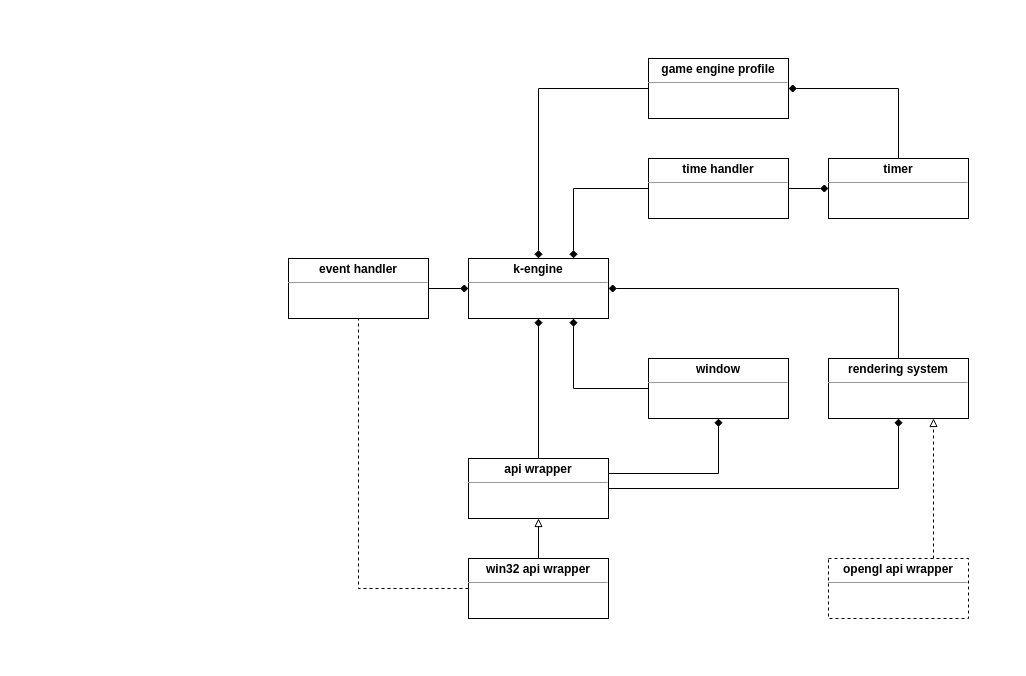
Earlier version of the draw.io diagram _docs/k-engine-classes.drawio (Keshizin/k-engine). Source tidied: cells renumbered, new cells numbered last; positions are measured from the earlier drawing's top-left corner, leaving out a move shared by most shapes. Both pictures are drawn from the tidied source at 100%, with x=0, y=0 at pixel (288, 58).
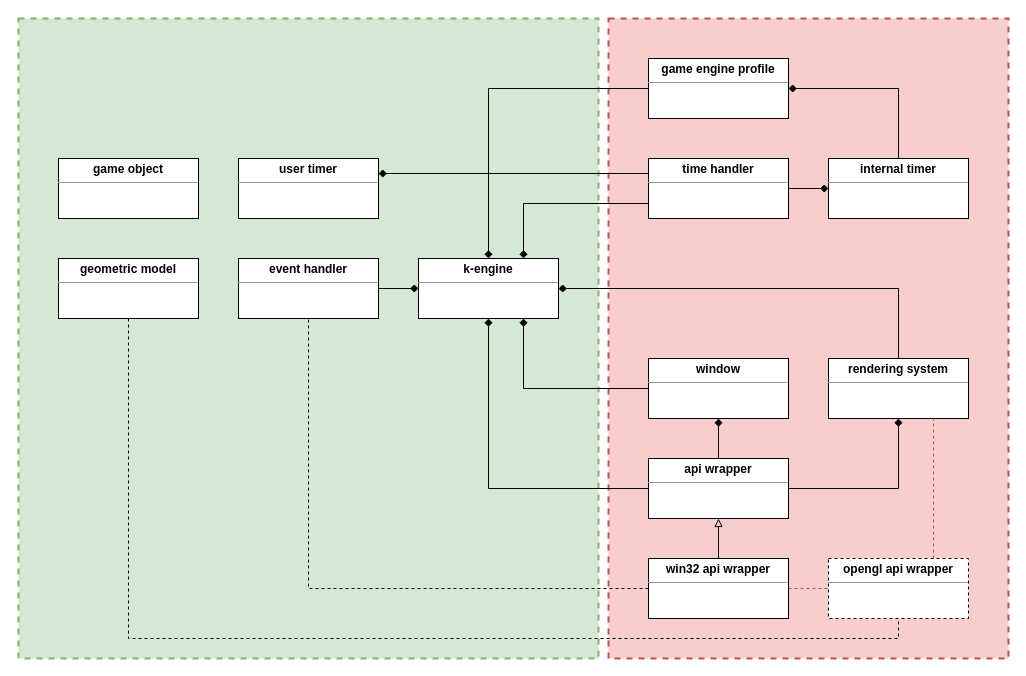
The same page after the edit.

Commit message:
Including GEModel and GEObject classes to UML Diagram Class

Unchanged cells that the change refers to:
```xml
<mxCell id="4" value="&lt;p style=&quot;margin: 0px ; margin-top: 4px ; text-align: center&quot;&gt;&lt;b&gt;window&lt;/b&gt;&lt;/p&gt;&lt;hr size=&quot;1&quot;&gt;&lt;div style=&quot;height: 2px&quot;&gt;&lt;/div&gt;" style="verticalAlign=top;align=left;overflow=fill;fontSize=12;fontFamily=Helvetica;html=1;" parent="1" vertex="1">
  <mxGeometry x="360" y="300" width="140" height="60" as="geometry" />
</mxCell>
<mxCell id="15" value="&lt;p style=&quot;margin: 0px ; margin-top: 4px ; text-align: center&quot;&gt;&lt;b&gt;rendering system&lt;/b&gt;&lt;/p&gt;&lt;hr size=&quot;1&quot;&gt;&lt;div style=&quot;height: 2px&quot;&gt;&lt;/div&gt;" style="verticalAlign=top;align=left;overflow=fill;fontSize=12;fontFamily=Helvetica;html=1;" parent="1" vertex="1">
  <mxGeometry x="540" y="300" width="140" height="60" as="geometry" />
</mxCell>
<mxCell id="18" value="&lt;p style=&quot;margin: 0px ; margin-top: 4px ; text-align: center&quot;&gt;&lt;b&gt;time handler&lt;/b&gt;&lt;/p&gt;&lt;hr size=&quot;1&quot;&gt;&lt;div style=&quot;height: 2px&quot;&gt;&lt;/div&gt;" style="verticalAlign=top;align=left;overflow=fill;fontSize=12;fontFamily=Helvetica;html=1;" parent="1" vertex="1">
  <mxGeometry x="360" y="100" width="140" height="60" as="geometry" />
</mxCell>
<mxCell id="24" value="&lt;p style=&quot;margin: 0px ; margin-top: 4px ; text-align: center&quot;&gt;&lt;b&gt;opengl api wrapper&lt;/b&gt;&lt;/p&gt;&lt;hr size=&quot;1&quot;&gt;&lt;div style=&quot;height: 2px&quot;&gt;&lt;/div&gt;" style="verticalAlign=top;align=left;overflow=fill;fontSize=12;fontFamily=Helvetica;html=1;dashed=1;" parent="1" vertex="1">
  <mxGeometry x="540" y="500" width="140" height="60" as="geometry" />
</mxCell>
```

Diff of the diagram source:
```diff
@@
+    <mxCell id="25" style="rounded=0;whiteSpace=wrap;html=1;dashed=1;strokeColor=#82b366;strokeWidth=2;fillColor=#d5e8d4;" parent="1" vertex="1">
+      <mxGeometry x="-270" y="-40" width="580" height="640" as="geometry" />
+    </mxCell>
+    <mxCell id="26" style="rounded=0;whiteSpace=wrap;html=1;dashed=1;strokeColor=#b85450;strokeWidth=2;fillColor=#f8cecc;" parent="1" vertex="1">
+      <mxGeometry x="320" y="-40" width="400" height="640" as="geometry" />
+    </mxCell>
     <mxCell id="2" value="&lt;p style=&quot;margin: 0px ; margin-top: 4px ; text-align: center&quot;&gt;&lt;b&gt;k-engine&lt;/b&gt;&lt;/p&gt;&lt;hr size=&quot;1&quot;&gt;&lt;div style=&quot;height: 2px&quot;&gt;&lt;/div&gt;" style="verticalAlign=top;align=left;overflow=fill;fontSize=12;fontFamily=Helvetica;html=1;" parent="1" vertex="1">
-      <mxGeometry x="180" y="200" width="140" height="60" as="geometry" />
+      <mxGeometry x="130" y="200" width="140" height="60" as="geometry" />
     </mxCell>
@@
-    <mxCell id="5" style="edgeStyle=orthogonalEdgeStyle;rounded=0;jettySize=auto;html=1;endArrow=diamond;endFill=1;exitX=1;exitY=0.25;exitDx=0;exitDy=0;" parent="1" edge="1" source="8" target="4">
+    <mxCell id="5" style="edgeStyle=orthogonalEdgeStyle;rounded=0;jettySize=auto;html=1;endArrow=diamond;endFill=1;exitX=0.5;exitY=0;exitDx=0;exitDy=0;" parent="1" edge="1" source="8" target="4">
       <mxGeometry relative="1" as="geometry" />
     </mxCell>
@@
     <mxCell id="8" value="&lt;p style=&quot;margin: 0px ; margin-top: 4px ; text-align: center&quot;&gt;&lt;b&gt;api wrapper&lt;/b&gt;&lt;/p&gt;&lt;hr size=&quot;1&quot;&gt;&lt;div style=&quot;height: 2px&quot;&gt;&lt;/div&gt;" style="verticalAlign=top;align=left;overflow=fill;fontSize=12;fontFamily=Helvetica;html=1;" parent="1" vertex="1">
-      <mxGeometry x="180" y="400" width="140" height="60" as="geometry" />
+      <mxGeometry x="360" y="400" width="140" height="60" as="geometry" />
     </mxCell>
@@
+    <mxCell id="27" style="edgeStyle=orthogonalEdgeStyle;rounded=0;jettySize=auto;html=1;endArrow=none;endFill=0;dashed=1;fillColor=#f8cecc;strokeColor=#b85450;" parent="1" edge="1" source="11" target="24">
+      <mxGeometry relative="1" as="geometry" />
+    </mxCell>
     <mxCell id="11" value="&lt;p style=&quot;margin: 0px ; margin-top: 4px ; text-align: center&quot;&gt;&lt;b&gt;win32 api wrapper&lt;/b&gt;&lt;/p&gt;&lt;hr size=&quot;1&quot;&gt;&lt;div style=&quot;height: 2px&quot;&gt;&lt;/div&gt;" style="verticalAlign=top;align=left;overflow=fill;fontSize=12;fontFamily=Helvetica;html=1;" parent="1" vertex="1">
-      <mxGeometry x="180" y="500" width="140" height="60" as="geometry" />
+      <mxGeometry x="360" y="500" width="140" height="60" as="geometry" />
     </mxCell>
@@
     <mxCell id="13" value="&lt;p style=&quot;margin: 0px ; margin-top: 4px ; text-align: center&quot;&gt;&lt;b&gt;event handler&lt;/b&gt;&lt;/p&gt;&lt;hr size=&quot;1&quot;&gt;&lt;div style=&quot;height: 2px&quot;&gt;&lt;/div&gt;" style="verticalAlign=top;align=left;overflow=fill;fontSize=12;fontFamily=Helvetica;html=1;" parent="1" vertex="1">
-      <mxGeometry y="200" width="140" height="60" as="geometry" />
+      <mxGeometry x="-50" y="200" width="140" height="60" as="geometry" />
     </mxCell>
@@
-    <mxCell id="16" style="edgeStyle=orthogonalEdgeStyle;rounded=0;jettySize=auto;html=1;entryX=0.75;entryY=0;entryDx=0;entryDy=0;endArrow=diamond;endFill=1;" parent="1" edge="1" source="18" target="2">
+    <mxCell id="16" style="edgeStyle=orthogonalEdgeStyle;rounded=0;jettySize=auto;html=1;entryX=0.75;entryY=0;entryDx=0;entryDy=0;endArrow=diamond;endFill=1;exitX=0;exitY=0.75;exitDx=0;exitDy=0;" parent="1" edge="1" source="18" target="2">
       <mxGeometry relative="1" as="geometry" />
     </mxCell>
@@
-    <mxCell id="20" value="&lt;p style=&quot;margin: 0px ; margin-top: 4px ; text-align: center&quot;&gt;&lt;b&gt;timer&lt;/b&gt;&lt;/p&gt;&lt;hr size=&quot;1&quot;&gt;&lt;div style=&quot;height: 2px&quot;&gt;&lt;/div&gt;" style="verticalAlign=top;align=left;overflow=fill;fontSize=12;fontFamily=Helvetica;html=1;" parent="1" vertex="1">
+    <mxCell id="20" value="&lt;p style=&quot;margin: 0px ; margin-top: 4px ; text-align: center&quot;&gt;&lt;b&gt;internal timer&lt;/b&gt;&lt;/p&gt;&lt;hr size=&quot;1&quot;&gt;&lt;div style=&quot;height: 2px&quot;&gt;&lt;/div&gt;" style="verticalAlign=top;align=left;overflow=fill;fontSize=12;fontFamily=Helvetica;html=1;" parent="1" vertex="1">
       <mxGeometry x="540" y="100" width="140" height="60" as="geometry" />
     </mxCell>
@@
-    <mxCell id="23" style="edgeStyle=orthogonalEdgeStyle;rounded=0;jettySize=auto;html=1;entryX=0.75;entryY=1;entryDx=0;entryDy=0;exitX=0.75;exitY=0;exitDx=0;exitDy=0;endArrow=block;endFill=0;dashed=1;" parent="1" edge="1" source="24" target="15">
+    <mxCell id="23" style="edgeStyle=orthogonalEdgeStyle;rounded=0;jettySize=auto;html=1;entryX=0.75;entryY=1;entryDx=0;entryDy=0;exitX=0.75;exitY=0;exitDx=0;exitDy=0;endArrow=none;endFill=0;dashed=1;fillColor=#f8cecc;strokeColor=#b85450;" parent="1" edge="1" source="24" target="15">
       <mxGeometry relative="1" as="geometry" />
     </mxCell>
@@
+    <mxCell id="28" style="edgeStyle=orthogonalEdgeStyle;rounded=0;jettySize=auto;html=1;endArrow=none;endFill=0;entryX=0;entryY=0.25;entryDx=0;entryDy=0;exitX=1;exitY=0.25;exitDx=0;exitDy=0;startArrow=diamond;startFill=1;" parent="1" edge="1" source="29" target="18">
+      <mxGeometry relative="1" as="geometry" />
+    </mxCell>
+    <mxCell id="29" value="&lt;p style=&quot;margin: 0px ; margin-top: 4px ; text-align: center&quot;&gt;&lt;b&gt;user timer&lt;/b&gt;&lt;/p&gt;&lt;hr size=&quot;1&quot;&gt;&lt;div style=&quot;height: 2px&quot;&gt;&lt;/div&gt;" style="verticalAlign=top;align=left;overflow=fill;fontSize=12;fontFamily=Helvetica;html=1;" parent="1" vertex="1">
+      <mxGeometry x="-50" y="100" width="140" height="60" as="geometry" />
+    </mxCell>
+    <mxCell id="30" style="edgeStyle=orthogonalEdgeStyle;rounded=0;jettySize=auto;html=1;dashed=1;endArrow=none;endFill=0;entryX=0.5;entryY=1;entryDx=0;entryDy=0;exitX=0.5;exitY=1;exitDx=0;exitDy=0;" parent="1" edge="1" source="31" target="24">
+      <mxGeometry relative="1" as="geometry" />
+    </mxCell>
+    <mxCell id="31" value="&lt;p style=&quot;margin: 0px ; margin-top: 4px ; text-align: center&quot;&gt;&lt;b&gt;geometric model&lt;/b&gt;&lt;/p&gt;&lt;hr size=&quot;1&quot;&gt;&lt;div style=&quot;height: 2px&quot;&gt;&lt;/div&gt;" style="verticalAlign=top;align=left;overflow=fill;fontSize=12;fontFamily=Helvetica;html=1;" parent="1" vertex="1">
+      <mxGeometry x="-230" y="200" width="140" height="60" as="geometry" />
+    </mxCell>
+    <mxCell id="32" value="&lt;p style=&quot;margin: 0px ; margin-top: 4px ; text-align: center&quot;&gt;&lt;b&gt;game object&lt;/b&gt;&lt;/p&gt;&lt;hr size=&quot;1&quot;&gt;&lt;div style=&quot;height: 2px&quot;&gt;&lt;/div&gt;" style="verticalAlign=top;align=left;overflow=fill;fontSize=12;fontFamily=Helvetica;html=1;" parent="1" vertex="1">
+      <mxGeometry x="-230" y="100" width="140" height="60" as="geometry" />
+    </mxCell>
```
